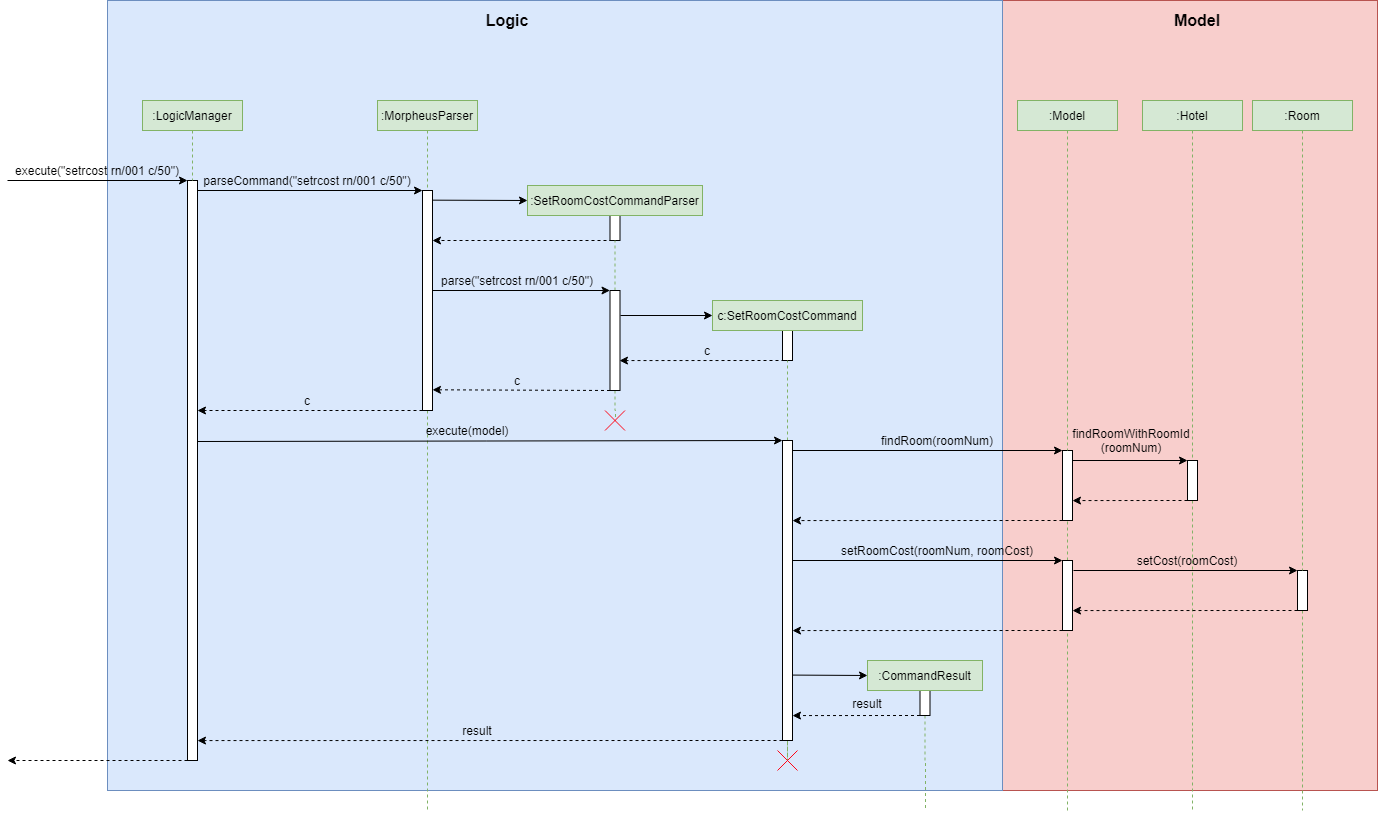
tanphatls987/main keeps this draw.io diagram as docs/images/SetRoomCostSequenceDiagram.png. Above is the earlier version. Source tidied: cells renumbered, new cells last; positions are measured from the earlier drawing's top-left corner, leaving out a move shared by most shapes.
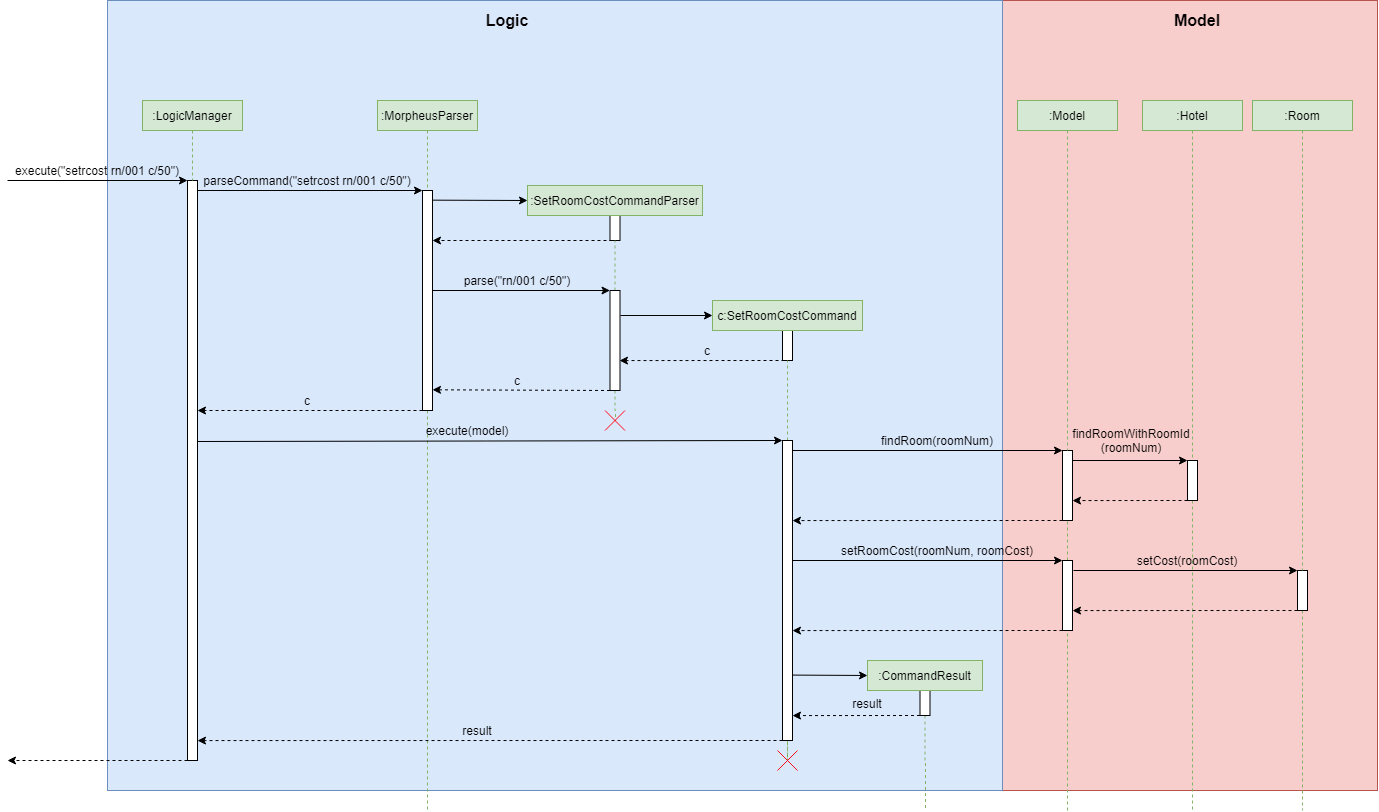
The same file after the commit.

Commit message:
Updated UG Billing System sequence diagrams

The edit, as a diff of the source:
```diff
@@ -78,7 +78,7 @@
         <mxPoint x="425" y="290" as="sourcePoint" />
       </mxGeometry>
     </mxCell>
-    <mxCell id="23" value="parse(&quot;setrcost rn/001 c/50&quot;)" style="text;html=1;strokeColor=none;fillColor=none;align=center;verticalAlign=middle;whiteSpace=wrap;rounded=0;" parent="1" vertex="1">
+    <mxCell id="23" value="parse(&quot;rn/001 c/50&quot;)" style="text;html=1;strokeColor=none;fillColor=none;align=center;verticalAlign=middle;whiteSpace=wrap;rounded=0;" parent="1" vertex="1">
       <mxGeometry x="400" y="270" width="220" height="20" as="geometry" />
     </mxCell>
     <mxCell id="24" style="rounded=0;whiteSpace=wrap;html=1;" parent="1" vertex="1">
```
